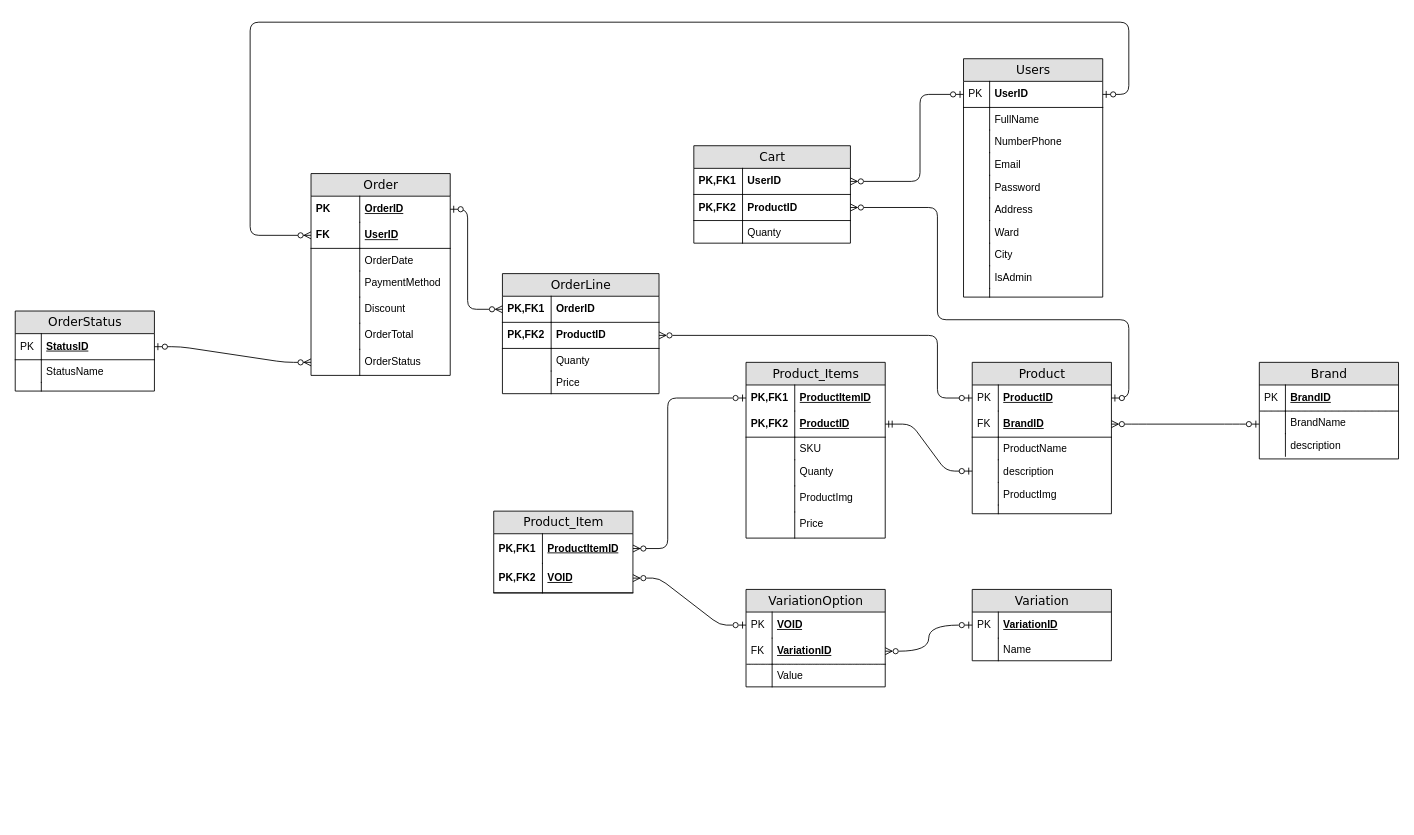
The draw.io diagram Database/DBwebsite.drawio in KhoaTeHD/Web2, before the edit. Source tidied: cells renumbered, new cells numbered last; positions are measured from the earlier drawing's top-left corner, leaving out a move shared by most shapes. Both pictures are drawn from the tidied source at 87%, with x=0, y=0 at pixel (15, 22).
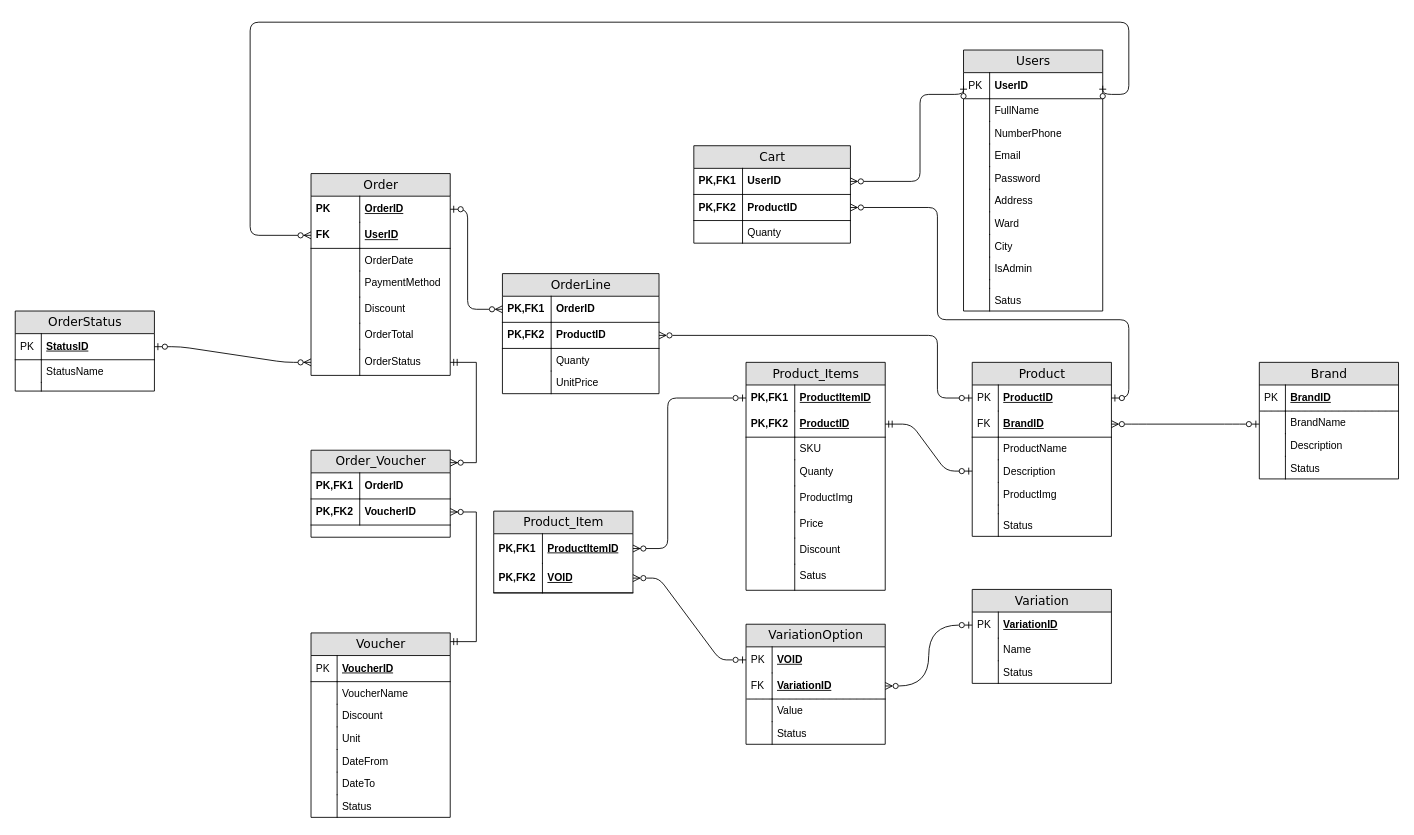
The same page after the edit.

Commit message (it also covers changes not shown here):
I have just modified erd

Unchanged cells that the change refers to:
```xml
<mxCell id="86" value="OrderStatus" style="shape=partialRectangle;top=0;left=0;right=0;bottom=0;html=1;align=left;verticalAlign=top;fillColor=none;spacingLeft=60;spacingRight=4;whiteSpace=wrap;overflow=hidden;points=[[0,0.5],[1,0.5]];portConstraint=eastwest;" parent="73" vertex="1">
  <mxGeometry y="202" width="160" height="30" as="geometry" />
</mxCell>
<mxCell id="97" value="OrderLine" style="swimlane;html=1;fontStyle=0;horizontal=1;startSize=26;fillColor=#e0e0e0;swimlaneFillColor=#ffffff;align=center;rounded=0;shadow=0;comic=0;labelBackgroundColor=none;strokeWidth=1;fontFamily=Verdana;fontSize=14;" parent="1" vertex="1">
  <mxGeometry x="560" y="289" width="180" height="138" as="geometry" />
</mxCell>
```

Diff of the diagram source:
```diff
@@
     <mxCell id="2" value="Users" style="swimlane;html=1;fontStyle=0;horizontal=1;startSize=26;fillColor=#e0e0e0;swimlaneFillColor=#ffffff;align=center;rounded=0;shadow=0;comic=0;labelBackgroundColor=none;strokeWidth=1;fontFamily=Verdana;fontSize=14;swimlaneLine=1;" parent="1" vertex="1">
-      <mxGeometry x="1090" y="42" width="160" height="274" as="geometry" />
+      <mxGeometry x="1090" y="32" width="160" height="300" as="geometry" />
     </mxCell>
@@
+    <mxCell id="122" value="Satus" style="shape=partialRectangle;top=0;left=0;right=0;bottom=0;html=1;align=left;verticalAlign=top;fillColor=none;spacingLeft=34;spacingRight=4;whiteSpace=wrap;overflow=hidden;" parent="2" vertex="1">
+      <mxGeometry y="274" width="160" height="26" as="geometry" />
+    </mxCell>
+    <mxCell id="123" style="shape=partialRectangle;top=0;left=0;bottom=0;html=1;fillColor=none;align=left;verticalAlign=top;spacingLeft=4;spacingRight=4;whiteSpace=wrap;overflow=hidden;" parent="122" vertex="1">
+      <mxGeometry width="30" height="26" as="geometry" />
+    </mxCell>
     <mxCell id="23" value="Product" style="swimlane;html=1;fontStyle=0;horizontal=1;startSize=26;fillColor=#e0e0e0;swimlaneFillColor=#ffffff;align=center;rounded=0;shadow=0;comic=0;labelBackgroundColor=none;strokeWidth=1;fontFamily=Verdana;fontSize=14;" parent="1" vertex="1">
-      <mxGeometry x="1100" y="391" width="160" height="174" as="geometry" />
+      <mxGeometry x="1100" y="391" width="160" height="200" as="geometry" />
     </mxCell>
@@
-    <mxCell id="30" value="description" style="shape=partialRectangle;top=0;left=0;right=0;bottom=0;html=1;align=left;verticalAlign=top;fillColor=none;spacingLeft=34;spacingRight=4;whiteSpace=wrap;overflow=hidden;points=[[0,0.5],[1,0.5]];portConstraint=eastwest;" parent="23" vertex="1">
+    <mxCell id="30" value="Description" style="shape=partialRectangle;top=0;left=0;right=0;bottom=0;html=1;align=left;verticalAlign=top;fillColor=none;spacingLeft=34;spacingRight=4;whiteSpace=wrap;overflow=hidden;points=[[0,0.5],[1,0.5]];portConstraint=eastwest;" parent="23" vertex="1">
       <mxGeometry y="112" width="160" height="26" as="geometry" />
     </mxCell>
@@
+    <mxCell id="124" value="Status" style="shape=partialRectangle;top=0;left=0;right=0;bottom=0;html=1;align=left;verticalAlign=top;fillColor=none;spacingLeft=34;spacingRight=4;whiteSpace=wrap;overflow=hidden;" parent="23" vertex="1">
+      <mxGeometry y="174" width="160" height="26" as="geometry" />
+    </mxCell>
+    <mxCell id="125" style="shape=partialRectangle;top=0;left=0;bottom=0;html=1;fillColor=none;align=left;verticalAlign=top;spacingLeft=4;spacingRight=4;whiteSpace=wrap;overflow=hidden;" parent="124" vertex="1">
+      <mxGeometry width="30" height="26" as="geometry" />
+    </mxCell>
     <mxCell id="36" value="Product_Items" style="swimlane;html=1;fontStyle=0;horizontal=1;startSize=26;fillColor=#e0e0e0;swimlaneFillColor=#ffffff;align=center;rounded=0;shadow=0;comic=0;labelBackgroundColor=none;strokeWidth=1;fontFamily=Verdana;fontSize=14;" parent="1" vertex="1">
-      <mxGeometry x="840" y="391" width="160" height="202" as="geometry" />
+      <mxGeometry x="840" y="391" width="160" height="262" as="geometry" />
     </mxCell>
@@
+    <mxCell id="126" value="Discount" style="shape=partialRectangle;top=0;left=0;right=0;bottom=0;html=1;align=left;verticalAlign=top;fillColor=none;spacingLeft=60;spacingRight=4;whiteSpace=wrap;overflow=hidden;" parent="36" vertex="1">
+      <mxGeometry y="202" width="160" height="30" as="geometry" />
+    </mxCell>
+    <mxCell id="127" style="shape=partialRectangle;top=0;left=0;bottom=0;html=1;fillColor=none;align=left;verticalAlign=top;spacingLeft=4;spacingRight=4;whiteSpace=wrap;overflow=hidden;" parent="126" vertex="1">
+      <mxGeometry width="56" height="30" as="geometry" />
+    </mxCell>
+    <mxCell id="128" value="Satus" style="shape=partialRectangle;top=0;left=0;right=0;bottom=0;html=1;align=left;verticalAlign=top;fillColor=none;spacingLeft=60;spacingRight=4;whiteSpace=wrap;overflow=hidden;" parent="36" vertex="1">
+      <mxGeometry y="232" width="160" height="30" as="geometry" />
+    </mxCell>
+    <mxCell id="129" style="shape=partialRectangle;top=0;left=0;bottom=0;html=1;fillColor=none;align=left;verticalAlign=top;spacingLeft=4;spacingRight=4;whiteSpace=wrap;overflow=hidden;" parent="128" vertex="1">
+      <mxGeometry width="56" height="30" as="geometry" />
+    </mxCell>
@@
     <mxCell id="61" value="Brand" style="swimlane;html=1;fontStyle=0;horizontal=1;startSize=26;fillColor=#e0e0e0;swimlaneFillColor=#ffffff;align=center;rounded=0;shadow=0;comic=0;labelBackgroundColor=none;strokeWidth=1;fontFamily=Verdana;fontSize=14;" parent="1" vertex="1">
-      <mxGeometry x="1430" y="391" width="160" height="111" as="geometry" />
+      <mxGeometry x="1430" y="391" width="160" height="134" as="geometry" />
     </mxCell>
@@
-    <mxCell id="66" value="description" style="shape=partialRectangle;top=0;left=0;right=0;bottom=0;html=1;align=left;verticalAlign=top;fillColor=none;spacingLeft=34;spacingRight=4;whiteSpace=wrap;overflow=hidden;" parent="61" vertex="1">
+    <mxCell id="66" value="Description" style="shape=partialRectangle;top=0;left=0;right=0;bottom=0;html=1;align=left;verticalAlign=top;fillColor=none;spacingLeft=34;spacingRight=4;whiteSpace=wrap;overflow=hidden;" parent="61" vertex="1">
       <mxGeometry y="82" width="160" height="26" as="geometry" />
     </mxCell>
@@
+    <mxCell id="130" value="Status" style="shape=partialRectangle;top=0;left=0;right=0;bottom=0;html=1;align=left;verticalAlign=top;fillColor=none;spacingLeft=34;spacingRight=4;whiteSpace=wrap;overflow=hidden;" parent="61" vertex="1">
+      <mxGeometry y="108" width="160" height="26" as="geometry" />
+    </mxCell>
+    <mxCell id="131" style="shape=partialRectangle;top=0;left=0;bottom=0;html=1;fillColor=none;align=left;verticalAlign=top;spacingLeft=4;spacingRight=4;whiteSpace=wrap;overflow=hidden;" parent="130" vertex="1">
+      <mxGeometry width="30" height="26" as="geometry" />
+    </mxCell>
@@
-    <mxCell id="104" value="Price" style="shape=partialRectangle;top=0;left=0;right=0;bottom=0;html=1;align=left;verticalAlign=top;fillColor=none;spacingLeft=60;spacingRight=4;whiteSpace=wrap;overflow=hidden;" parent="97" vertex="1">
+    <mxCell id="104" value="UnitPrice" style="shape=partialRectangle;top=0;left=0;right=0;bottom=0;html=1;align=left;verticalAlign=top;fillColor=none;spacingLeft=60;spacingRight=4;whiteSpace=wrap;overflow=hidden;" parent="97" vertex="1">
       <mxGeometry y="112" width="180" height="26" as="geometry" />
     </mxCell>
@@
     <mxCell id="108" value="VariationOption" style="swimlane;html=1;fontStyle=0;horizontal=1;startSize=26;fillColor=#e0e0e0;swimlaneFillColor=#ffffff;align=center;rounded=0;shadow=0;comic=0;labelBackgroundColor=none;strokeWidth=1;fontFamily=Verdana;fontSize=14;" parent="1" vertex="1">
-      <mxGeometry x="840" y="652" width="160" height="112" as="geometry" />
+      <mxGeometry x="840" y="692" width="160" height="138" as="geometry" />
     </mxCell>
@@
+    <mxCell id="132" value="Status" style="shape=partialRectangle;top=0;left=0;right=0;bottom=0;html=1;align=left;verticalAlign=top;fillColor=none;spacingLeft=34;spacingRight=4;whiteSpace=wrap;overflow=hidden;" parent="108" vertex="1">
+      <mxGeometry y="112" width="160" height="26" as="geometry" />
+    </mxCell>
+    <mxCell id="133" style="shape=partialRectangle;top=0;left=0;bottom=0;html=1;fillColor=none;align=left;verticalAlign=top;spacingLeft=4;spacingRight=4;whiteSpace=wrap;overflow=hidden;" parent="132" vertex="1">
+      <mxGeometry width="30" height="26" as="geometry" />
+    </mxCell>
     <mxCell id="115" value="Variation" style="swimlane;html=1;fontStyle=0;horizontal=1;startSize=26;fillColor=#e0e0e0;swimlaneFillColor=#ffffff;align=center;rounded=0;shadow=0;comic=0;labelBackgroundColor=none;strokeWidth=1;fontFamily=Verdana;fontSize=14;" parent="1" vertex="1">
-      <mxGeometry x="1100" y="652" width="160" height="82" as="geometry" />
+      <mxGeometry x="1100" y="652" width="160" height="108" as="geometry" />
     </mxCell>
@@
+    <mxCell id="134" value="Status" style="shape=partialRectangle;top=0;left=0;right=0;bottom=0;html=1;align=left;verticalAlign=top;fillColor=none;spacingLeft=34;spacingRight=4;whiteSpace=wrap;overflow=hidden;" parent="115" vertex="1">
+      <mxGeometry y="82" width="160" height="26" as="geometry" />
+    </mxCell>
+    <mxCell id="135" style="shape=partialRectangle;top=0;left=0;bottom=0;html=1;fillColor=none;align=left;verticalAlign=top;spacingLeft=4;spacingRight=4;whiteSpace=wrap;overflow=hidden;" parent="134" vertex="1">
+      <mxGeometry width="30" height="26" as="geometry" />
+    </mxCell>
@@
+    <mxCell id="136" value="Order_Voucher" style="swimlane;html=1;fontStyle=0;horizontal=1;startSize=26;fillColor=#e0e0e0;swimlaneFillColor=#ffffff;align=center;rounded=0;shadow=0;comic=0;labelBackgroundColor=none;strokeWidth=1;fontFamily=Verdana;fontSize=14;" parent="1" vertex="1">
+      <mxGeometry x="340" y="492" width="160" height="100" as="geometry" />
+    </mxCell>
+    <mxCell id="137" value="OrderID" style="shape=partialRectangle;top=0;left=0;right=0;bottom=1;html=1;align=left;verticalAlign=middle;fillColor=none;spacingLeft=60;spacingRight=4;whiteSpace=wrap;overflow=hidden;fontStyle=1;" parent="136" vertex="1">
+      <mxGeometry y="26" width="160" height="30" as="geometry" />
+    </mxCell>
+    <mxCell id="138" value="PK,FK1" style="shape=partialRectangle;fontStyle=1;top=0;left=0;bottom=0;html=1;fillColor=none;align=left;verticalAlign=middle;spacingLeft=4;spacingRight=4;whiteSpace=wrap;overflow=hidden;" parent="137" vertex="1">
+      <mxGeometry width="56" height="30" as="geometry" />
+    </mxCell>
+    <mxCell id="139" value="VoucherID" style="shape=partialRectangle;top=0;left=0;right=0;bottom=1;html=1;align=left;verticalAlign=middle;fillColor=none;spacingLeft=60;spacingRight=4;whiteSpace=wrap;overflow=hidden;points=[[0,0.5],[1,0.5]];portConstraint=eastwest;fontStyle=1;" parent="136" vertex="1">
+      <mxGeometry y="56" width="160" height="30" as="geometry" />
+    </mxCell>
+    <mxCell id="140" value="PK,FK2" style="shape=partialRectangle;fontStyle=1;top=0;left=0;bottom=0;html=1;fillColor=none;align=left;verticalAlign=middle;spacingLeft=4;spacingRight=4;whiteSpace=wrap;overflow=hidden;" parent="139" vertex="1">
+      <mxGeometry width="56" height="30" as="geometry" />
+    </mxCell>
+    <mxCell id="141" value="Voucher" style="swimlane;html=1;fontStyle=0;horizontal=1;startSize=26;fillColor=#e0e0e0;swimlaneFillColor=#ffffff;align=center;rounded=0;shadow=0;comic=0;labelBackgroundColor=none;strokeWidth=1;fontFamily=Verdana;fontSize=14;" parent="1" vertex="1">
+      <mxGeometry x="340" y="702" width="160" height="212" as="geometry" />
+    </mxCell>
+    <mxCell id="142" value="VoucherID" style="shape=partialRectangle;top=0;left=0;right=0;bottom=1;html=1;align=left;verticalAlign=middle;fillColor=none;spacingLeft=34;spacingRight=4;whiteSpace=wrap;overflow=hidden;fontStyle=5;" parent="141" vertex="1">
+      <mxGeometry y="26" width="160" height="30" as="geometry" />
+    </mxCell>
+    <mxCell id="143" value="PK" style="shape=partialRectangle;top=0;left=0;bottom=0;html=1;fillColor=none;align=left;verticalAlign=middle;spacingLeft=4;spacingRight=4;whiteSpace=wrap;overflow=hidden;" parent="142" vertex="1">
+      <mxGeometry width="30" height="30" as="geometry" />
+    </mxCell>
+    <mxCell id="144" value="VoucherName" style="shape=partialRectangle;top=0;left=0;right=0;bottom=0;html=1;align=left;verticalAlign=top;fillColor=none;spacingLeft=34;spacingRight=4;whiteSpace=wrap;overflow=hidden;" parent="141" vertex="1">
+      <mxGeometry y="56" width="160" height="26" as="geometry" />
+    </mxCell>
+    <mxCell id="145" style="shape=partialRectangle;top=0;left=0;bottom=0;html=1;fillColor=none;align=left;verticalAlign=top;spacingLeft=4;spacingRight=4;whiteSpace=wrap;overflow=hidden;" parent="144" vertex="1">
+      <mxGeometry width="30" height="26" as="geometry" />
+    </mxCell>
+    <mxCell id="146" value="Discount" style="shape=partialRectangle;top=0;left=0;right=0;bottom=0;html=1;align=left;verticalAlign=top;fillColor=none;spacingLeft=34;spacingRight=4;whiteSpace=wrap;overflow=hidden;" parent="141" vertex="1">
+      <mxGeometry y="82" width="160" height="26" as="geometry" />
+    </mxCell>
+    <mxCell id="147" style="shape=partialRectangle;top=0;left=0;bottom=0;html=1;fillColor=none;align=left;verticalAlign=top;spacingLeft=4;spacingRight=4;whiteSpace=wrap;overflow=hidden;" parent="146" vertex="1">
+      <mxGeometry width="30" height="26" as="geometry" />
+    </mxCell>
+    <mxCell id="148" value="Unit" style="shape=partialRectangle;top=0;left=0;right=0;bottom=0;html=1;align=left;verticalAlign=top;fillColor=none;spacingLeft=34;spacingRight=4;whiteSpace=wrap;overflow=hidden;" parent="141" vertex="1">
+      <mxGeometry y="108" width="160" height="26" as="geometry" />
+    </mxCell>
+    <mxCell id="149" style="shape=partialRectangle;top=0;left=0;bottom=0;html=1;fillColor=none;align=left;verticalAlign=top;spacingLeft=4;spacingRight=4;whiteSpace=wrap;overflow=hidden;" parent="148" vertex="1">
+      <mxGeometry width="30" height="26" as="geometry" />
+    </mxCell>
+    <mxCell id="150" value="DateFrom" style="shape=partialRectangle;top=0;left=0;right=0;bottom=0;html=1;align=left;verticalAlign=top;fillColor=none;spacingLeft=34;spacingRight=4;whiteSpace=wrap;overflow=hidden;" parent="141" vertex="1">
+      <mxGeometry y="134" width="160" height="26" as="geometry" />
+    </mxCell>
+    <mxCell id="151" style="shape=partialRectangle;top=0;left=0;bottom=0;html=1;fillColor=none;align=left;verticalAlign=top;spacingLeft=4;spacingRight=4;whiteSpace=wrap;overflow=hidden;" parent="150" vertex="1">
+      <mxGeometry width="30" height="26" as="geometry" />
+    </mxCell>
+    <mxCell id="152" value="DateTo" style="shape=partialRectangle;top=0;left=0;right=0;bottom=0;html=1;align=left;verticalAlign=top;fillColor=none;spacingLeft=34;spacingRight=4;whiteSpace=wrap;overflow=hidden;" parent="141" vertex="1">
+      <mxGeometry y="160" width="160" height="26" as="geometry" />
+    </mxCell>
+    <mxCell id="153" style="shape=partialRectangle;top=0;left=0;bottom=0;html=1;fillColor=none;align=left;verticalAlign=top;spacingLeft=4;spacingRight=4;whiteSpace=wrap;overflow=hidden;" parent="152" vertex="1">
+      <mxGeometry width="30" height="26" as="geometry" />
+    </mxCell>
+    <mxCell id="154" value="Status" style="shape=partialRectangle;top=0;left=0;right=0;bottom=0;html=1;align=left;verticalAlign=top;fillColor=none;spacingLeft=34;spacingRight=4;whiteSpace=wrap;overflow=hidden;" parent="141" vertex="1">
+      <mxGeometry y="186" width="160" height="26" as="geometry" />
+    </mxCell>
+    <mxCell id="155" style="shape=partialRectangle;top=0;left=0;bottom=0;html=1;fillColor=none;align=left;verticalAlign=top;spacingLeft=4;spacingRight=4;whiteSpace=wrap;overflow=hidden;" parent="154" vertex="1">
+      <mxGeometry width="30" height="26" as="geometry" />
+    </mxCell>
+    <mxCell id="156" style="edgeStyle=entityRelationEdgeStyle;fontSize=12;html=1;endArrow=ERzeroToMany;startArrow=ERmandOne;rounded=0;entryX=1;entryY=0.143;entryDx=0;entryDy=0;entryPerimeter=0;exitX=1;exitY=0.5;exitDx=0;exitDy=0;" parent="1" edge="1" source="86" target="136">
+      <mxGeometry relative="1" as="geometry" />
+    </mxCell>
+    <mxCell id="157" style="edgeStyle=entityRelationEdgeStyle;fontSize=12;html=1;endArrow=ERzeroToMany;startArrow=ERmandOne;rounded=0;entryX=1;entryY=0.5;entryDx=0;entryDy=0;" parent="1" edge="1" target="139">
+      <mxGeometry relative="1" as="geometry">
+        <mxPoint x="500" y="712" as="sourcePoint" />
+      </mxGeometry>
+    </mxCell>
```
